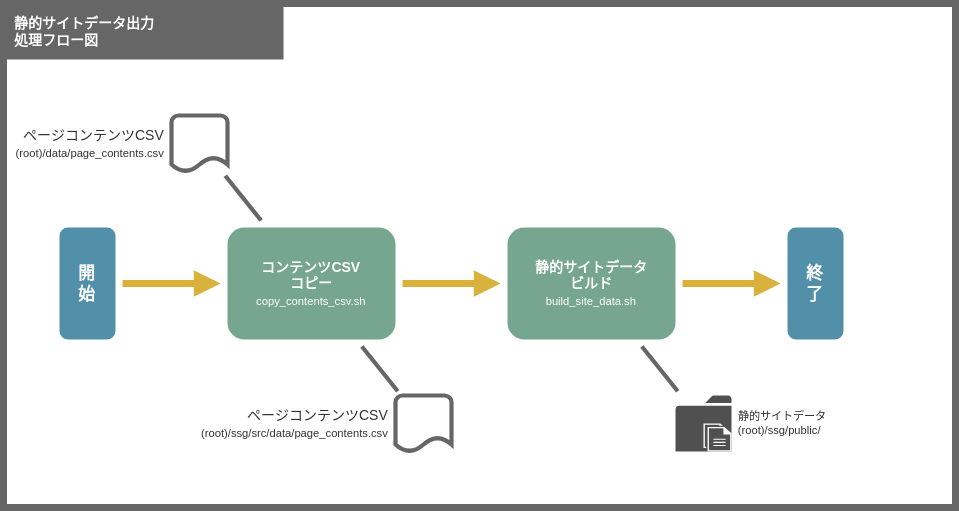
Above: doc/201_設計/01510206_静的サイトデータ出力_処理フロー図.drawio.svg in take4bcreators/cafe-train-prj (draw.io), before the change. Source tidied: cells renumbered, new cells last; positions are measured from the earlier drawing's top-left corner, leaving out a move shared by most shapes.
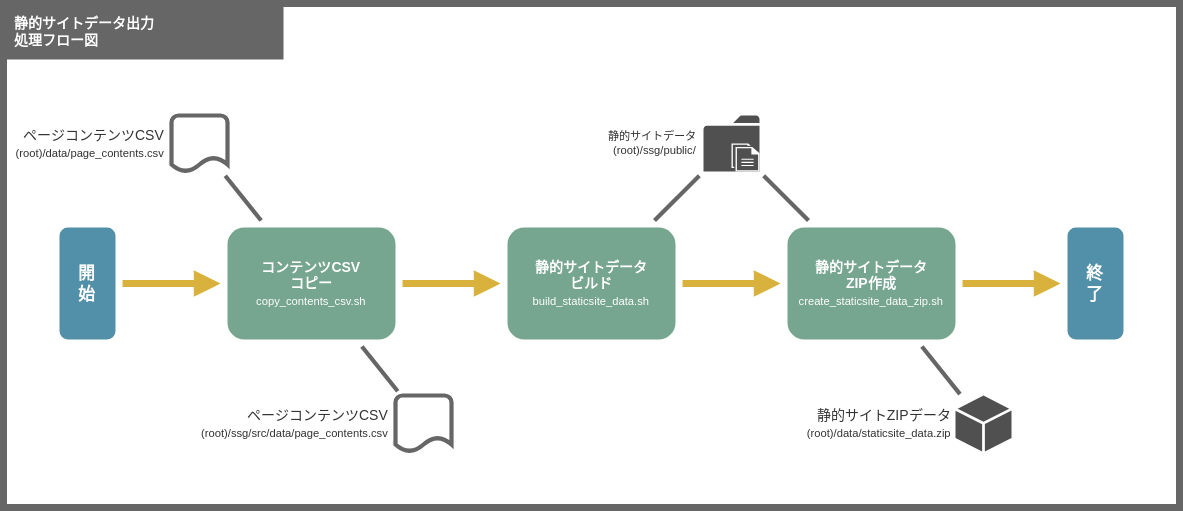
Later version of the same file.

Commit message:
設計書更新

Change to the diagram source:
```diff
@@ -3,14 +3,14 @@
     <mxCell id="0" />
     <mxCell id="1" value="背景" parent="0" />
     <mxCell id="2" style="rounded=0;whiteSpace=wrap;html=1;fillColor=#FFFFFF;strokeColor=#666666;strokeWidth=5;fontSize=10;" parent="1" vertex="1">
-      <mxGeometry width="680" height="360" as="geometry" />
+      <mxGeometry width="840" height="360" as="geometry" />
     </mxCell>
     <mxCell id="3" value="メイン" parent="0" />
     <mxCell id="4" value="静的サイトデータ出力&lt;br&gt;処理フロー図" style="rounded=0;whiteSpace=wrap;html=1;fillColor=#666666;strokeColor=none;strokeWidth=5;fontSize=10;fontColor=#FFFFFF;align=left;spacingLeft=6;spacingRight=6;fontStyle=1;" parent="3" vertex="1">
       <mxGeometry width="200" height="40" as="geometry" />
     </mxCell>
-    <mxCell id="5" value="静的サイトデータ&#10;(root)/ssg/public/" style="group;labelPosition=right;verticalLabelPosition=middle;align=left;verticalAlign=middle;spacingLeft=3;spacingRight=3;fontSize=8;perimeterSpacing=0;fontColor=#333333;" parent="3" vertex="1">
-      <mxGeometry x="480" y="280" width="40" height="40" as="geometry" />
+    <mxCell id="5" value="静的サイトデータ&#10;(root)/ssg/public/" style="group;labelPosition=left;verticalLabelPosition=middle;align=right;verticalAlign=middle;spacingLeft=3;spacingRight=3;fontSize=8;perimeterSpacing=0;fontColor=#333333;" parent="3" vertex="1">
+      <mxGeometry x="500" y="80" width="40" height="40" as="geometry" />
     </mxCell>
     <mxCell id="6" style="sketch=0;shadow=0;dashed=0;html=1;strokeColor=none;fillColor=#505050;labelPosition=center;verticalLabelPosition=bottom;verticalAlign=top;outlineConnect=0;align=center;shape=mxgraph.office.concepts.folder;perimeterSpacing=3;" parent="5" vertex="1">
       <mxGeometry width="40" height="40" as="geometry" />
@@ -21,10 +21,10 @@
     <mxCell id="8" style="edgeStyle=none;shape=connector;rounded=1;html=1;labelBackgroundColor=default;fontFamily=Helvetica;fontSize=11;fontColor=default;endArrow=none;endFill=0;strokeColor=#666666;strokeWidth=3;" parent="3" edge="1" source="10" target="6">
       <mxGeometry relative="1" as="geometry" />
     </mxCell>
-    <mxCell id="9" style="edgeStyle=none;shape=connector;rounded=1;html=1;labelBackgroundColor=default;fontFamily=Helvetica;fontSize=10;fontColor=default;startArrow=none;endArrow=block;endFill=1;strokeColor=#D9B23D;strokeWidth=5;" parent="3" edge="1" source="10" target="13">
+    <mxCell id="9" style="edgeStyle=none;shape=connector;rounded=1;html=1;labelBackgroundColor=default;fontFamily=Helvetica;fontSize=10;fontColor=default;startArrow=none;endArrow=block;endFill=1;strokeColor=#D9B23D;strokeWidth=5;" parent="3" edge="1" source="10" target="23">
       <mxGeometry relative="1" as="geometry" />
     </mxCell>
-    <mxCell id="10" value="&lt;div&gt;&lt;span&gt;&lt;b&gt;静的サイトデータ&lt;/b&gt;&lt;/span&gt;&lt;/div&gt;&lt;div&gt;&lt;span&gt;&lt;b&gt;ビルド&lt;/b&gt;&lt;/span&gt;&lt;/div&gt;&lt;span&gt;&lt;font style=&quot;font-size: 8px&quot;&gt;build_site_data.sh&lt;/font&gt;&lt;/span&gt;" style="rounded=1;whiteSpace=wrap;html=1;fillColor=#76A68F;strokeColor=none;strokeWidth=5;fontSize=10;perimeterSpacing=5;fontColor=#FFFFFF;align=center;" parent="3" vertex="1">
+    <mxCell id="10" value="&lt;div&gt;&lt;span&gt;&lt;b&gt;静的サイトデータ&lt;/b&gt;&lt;/span&gt;&lt;/div&gt;&lt;div&gt;&lt;span&gt;&lt;b&gt;ビルド&lt;/b&gt;&lt;/span&gt;&lt;/div&gt;&lt;span&gt;&lt;font style=&quot;font-size: 8px&quot;&gt;build_staticsite_data.sh&lt;/font&gt;&lt;/span&gt;" style="rounded=1;whiteSpace=wrap;html=1;fillColor=#76A68F;strokeColor=none;strokeWidth=5;fontSize=10;perimeterSpacing=5;fontColor=#FFFFFF;align=center;" parent="3" vertex="1">
       <mxGeometry x="360" y="160" width="120" height="80" as="geometry" />
     </mxCell>
     <mxCell id="11" style="edgeStyle=none;shape=connector;rounded=1;html=1;labelBackgroundColor=default;fontFamily=Helvetica;fontSize=10;fontColor=default;endArrow=block;endFill=1;strokeColor=#D9B23D;strokeWidth=5;startArrow=none;" parent="3" edge="1" source="12" target="18">
@@ -34,7 +34,7 @@
       <mxGeometry x="40" y="160" width="40" height="80" as="geometry" />
     </mxCell>
     <mxCell id="13" value="終&lt;br&gt;了" style="rounded=1;whiteSpace=wrap;html=1;fillColor=#528FA8;strokeColor=none;strokeWidth=5;perimeterSpacing=5;fontColor=#FFFFFF;fontStyle=1;" parent="3" vertex="1">
-      <mxGeometry x="560" y="160" width="40" height="80" as="geometry" />
+      <mxGeometry x="760" y="160" width="40" height="80" as="geometry" />
     </mxCell>
     <mxCell id="14" style="edgeStyle=none;shape=connector;rounded=1;html=1;labelBackgroundColor=default;fontFamily=Helvetica;fontSize=6;fontColor=default;endArrow=none;endFill=0;strokeColor=#666666;strokeWidth=3;" parent="3" edge="1" source="15" target="18">
       <mxGeometry relative="1" as="geometry" />
@@ -54,5 +54,20 @@
     <mxCell id="19" value="ページコンテンツCSV&lt;br&gt;&lt;font style=&quot;font-size: 8px&quot;&gt;(root)/ssg/src/data/page_contents.csv&lt;/font&gt;" style="strokeWidth=3;html=1;shape=mxgraph.flowchart.document2;size=0.25;strokeColor=#666666;align=right;labelPosition=left;verticalLabelPosition=middle;verticalAlign=middle;fontSize=10;spacingTop=4;spacingBottom=4;spacingLeft=4;spacingRight=4;perimeterSpacing=3;fontColor=#333333;fillColor=#FFFFFF;" parent="3" vertex="1">
       <mxGeometry x="280" y="280" width="40" height="40" as="geometry" />
     </mxCell>
+    <mxCell id="20" style="edgeStyle=none;shape=connector;rounded=1;html=1;labelBackgroundColor=default;fontFamily=Helvetica;fontSize=11;fontColor=default;endArrow=none;endFill=0;strokeColor=#666666;strokeWidth=3;" parent="3" edge="1" source="23" target="21">
+      <mxGeometry relative="1" as="geometry" />
+    </mxCell>
+    <mxCell id="21" value="&lt;font color=&quot;#333333&quot;&gt;静的サイトZIPデータ&lt;br&gt;&lt;font style=&quot;font-size: 8px&quot;&gt;(root)/data/staticsite_data.zip&lt;/font&gt;&lt;/font&gt;" style="sketch=0;shadow=0;dashed=0;html=1;strokeColor=none;fillColor=#505050;labelPosition=left;verticalLabelPosition=middle;verticalAlign=middle;outlineConnect=0;align=right;shape=mxgraph.office.concepts.node_generic;fontSize=10;spacingLeft=2;spacingRight=2;perimeterSpacing=1;" parent="3" vertex="1">
+      <mxGeometry x="680" y="280" width="40" height="40" as="geometry" />
+    </mxCell>
+    <mxCell id="22" style="edgeStyle=none;shape=connector;rounded=1;html=1;labelBackgroundColor=default;fontFamily=Helvetica;fontSize=10;fontColor=default;startArrow=none;endArrow=block;endFill=1;strokeColor=#D9B23D;strokeWidth=5;" parent="3" edge="1" source="23" target="13">
+      <mxGeometry relative="1" as="geometry" />
+    </mxCell>
+    <mxCell id="23" value="&lt;div&gt;&lt;span&gt;&lt;b&gt;静的サイトデータ&lt;/b&gt;&lt;/span&gt;&lt;/div&gt;&lt;div&gt;&lt;span&gt;&lt;b&gt;ZIP作成&lt;/b&gt;&lt;/span&gt;&lt;/div&gt;&lt;span&gt;&lt;font style=&quot;font-size: 8px&quot;&gt;create_staticsite_data_zip.sh&lt;/font&gt;&lt;/span&gt;" style="rounded=1;whiteSpace=wrap;html=1;fillColor=#76A68F;strokeColor=none;strokeWidth=5;fontSize=10;perimeterSpacing=5;fontColor=#FFFFFF;align=center;" parent="3" vertex="1">
+      <mxGeometry x="560" y="160" width="120" height="80" as="geometry" />
+    </mxCell>
+    <mxCell id="24" style="edgeStyle=none;shape=connector;rounded=1;html=1;labelBackgroundColor=default;fontFamily=Helvetica;fontSize=11;fontColor=default;endArrow=none;endFill=0;strokeColor=#666666;strokeWidth=3;" parent="3" edge="1" source="6" target="23">
+      <mxGeometry relative="1" as="geometry" />
+    </mxCell>
   </root>
 </mxGraphModel>
```
